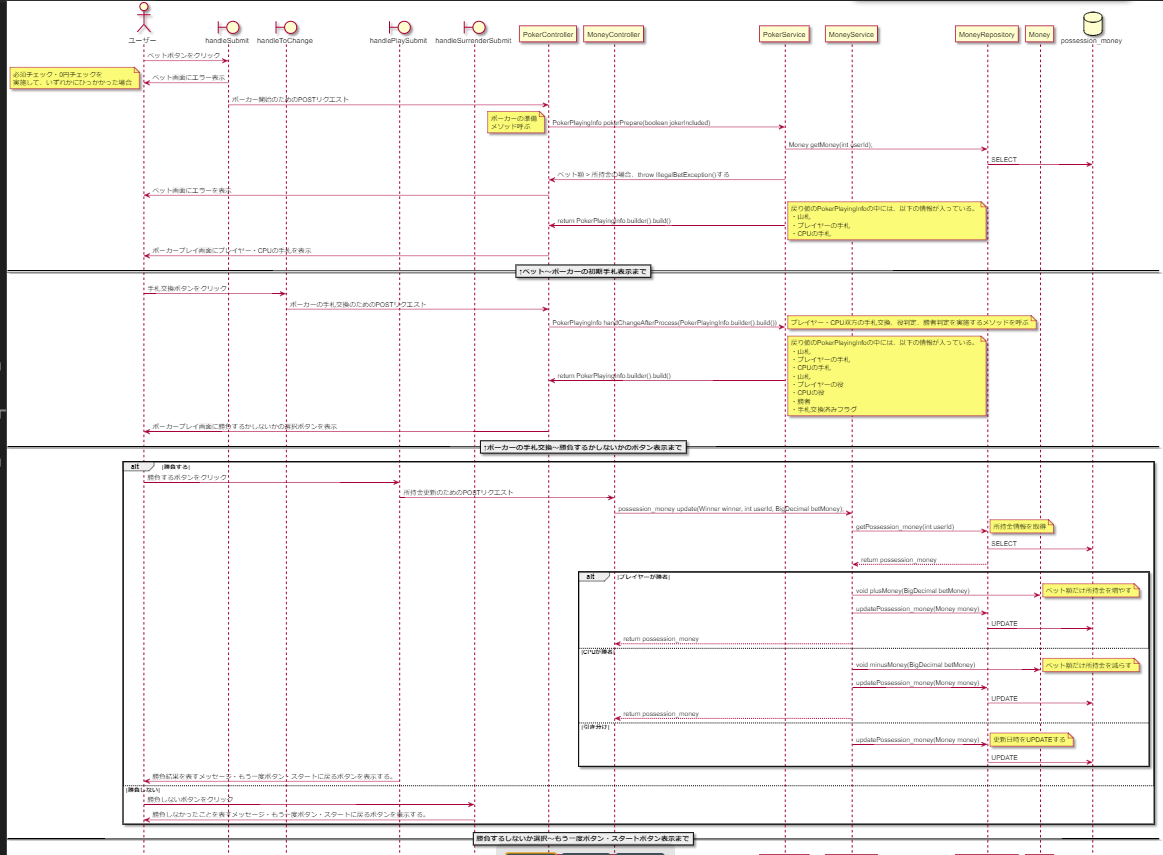
This is docs/詳細設計/シーケンス図/ベット/ベットする(シーケンス図).png from CSTSCSTS/UserAp, a PlantUML export, as it was before one commit. Its source is kept beside it as docs/詳細設計/シーケンス図/ベット/ベットする(シーケンス図).puml.
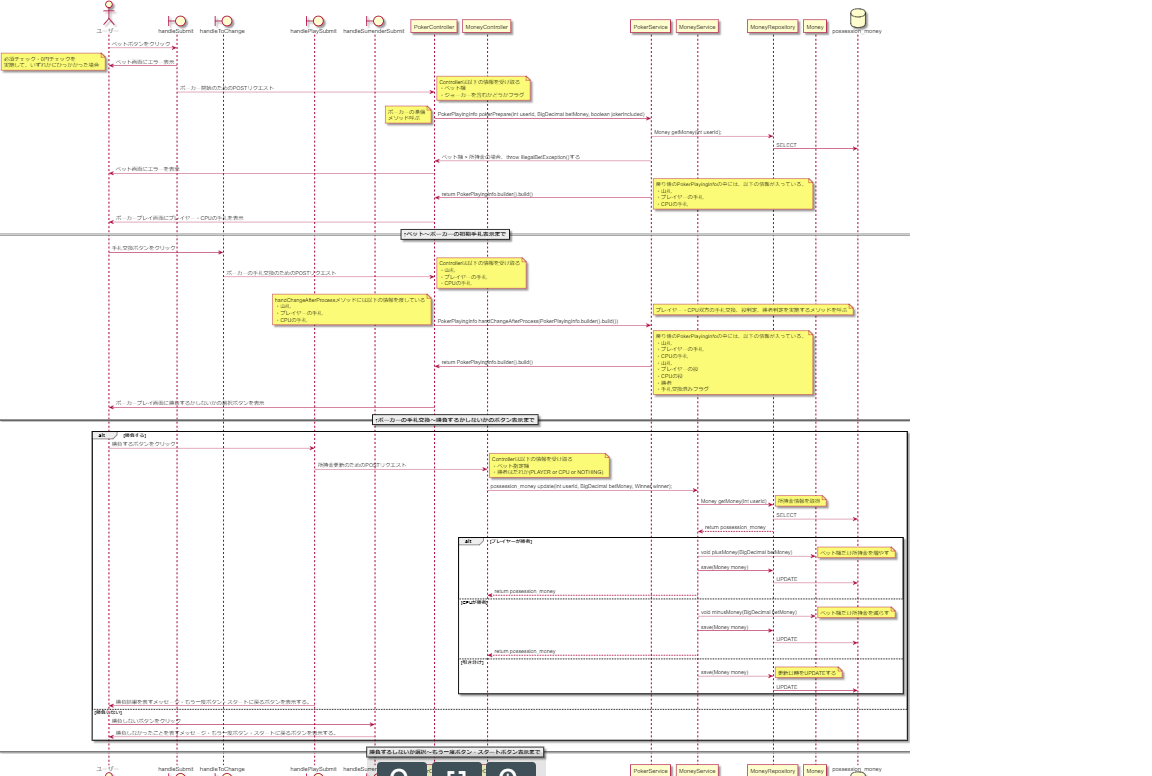
The same file after the commit.

Diff of the diagram source:
```diff
@@ -18,7 +18,8 @@
 handleSubmit -> ユーザー : ベット画面にエラー表示
 note left : 必須チェック・0円チェックを\n実施して、いずれかにひっかかった場合
 handleSubmit -> PokerController : ポーカー開始のためのPOSTリクエスト
-PokerController -> PokerService : PokerPlayingInfo pokerPrepare(boolean jokerIncluded)
+note right: Controllerは以下の情報を受け取る\n・ベット額\n・ジョーカーを含むかどうかフラグ
+PokerController -> PokerService : PokerPlayingInfo pokerPrepare(int userId, BigDecimal betMoney, boolean jokerIncluded)
 note left: ポーカーの準備\nメソッド呼ぶ
 PokerService -> MoneyRepository : Money getMoney(int userId);
 MoneyRepository -> possession_money : SELECT
@@ -32,7 +33,9 @@
 
 ユーザー -> handleToChange : 手札交換ボタンをクリック
 handleToChange -> PokerController : ポーカーの手札交換のためのPOSTリクエスト
+note right: Controllerは以下の情報を受け取る\n・山札\n・プレイヤーの手札\n・CPUの手札
 PokerController -> PokerService : PokerPlayingInfo handChangeAfterProcess(PokerPlayingInfo.builder().build())
+note left: handChangeAfterProcessメソッドには以下の情報を渡している\n・山札\n・プレイヤーの手札\n・CPUの手札
 note right: プレイヤー・CPU双方の手札交換、役判定、勝者判定を実施するメソッドを呼ぶ
 PokerService -> PokerController : return PokerPlayingInfo.builder().build()
 note right: 戻り値のPokerPlayingInfoの中には、以下の情報が入っている。\n・山札\n・プレイヤーの手札\n・CPUの手札\n・山札\n・プレイヤーの役\n・CPUの役\n・勝者\n・手札交換済みフラグ
@@ -43,25 +46,26 @@
 alt 勝負する
   ユーザー -> handlePlaySubmit : 勝負するボタンをクリック
   handlePlaySubmit -> MoneyController : 所持金更新のためのPOSTリクエスト
-  MoneyController -> MoneyService : possession_money update(Winner winner, int userId, BigDecimal betMoney);
-  MoneyService -> MoneyRepository : getPossession_money(int userId)
+  note right: Controllerは以下の情報を受け取る\n・ベット指定額\n・勝者はだれか(PLAYER or CPU or NOTHING)
+  MoneyController -> MoneyService : possession_money update(int userId, BigDecimal betMoney, Winner winner);
+  MoneyService -> MoneyRepository : Money getMoney(int userId)
   note right : 所持金情報を取得
   MoneyRepository -> possession_money : SELECT
   MoneyRepository --> MoneyService : return possession_money
   alt プレイヤーが勝者
     MoneyService -> Money : void plusMoney(BigDecimal betMoney)
     note right : ベット額だけ所持金を増やす
-    MoneyService -> MoneyRepository : updatePossession_money(Money money)
+    MoneyService -> MoneyRepository : save(Money money)
     MoneyRepository -> possession_money : UPDATE
     MoneyService --> MoneyController : return possession_money
   else CPUが勝者
     MoneyService -> Money : void minusMoney(BigDecimal betMoney)
     note right : ベット額だけ所持金を減らす
-    MoneyService -> MoneyRepository : updatePossession_money(Money money)
+    MoneyService -> MoneyRepository : save(Money money)
     MoneyRepository -> possession_money : UPDATE
     MoneyService --> MoneyController : return possession_money
   else 引き分け
-    MoneyService -> MoneyRepository : updatePossession_money(Money money)
+    MoneyService -> MoneyRepository : save(Money money)
     note right : 更新日時をUPDATEする
     MoneyRepository -> possession_money : UPDATE
   end
```
